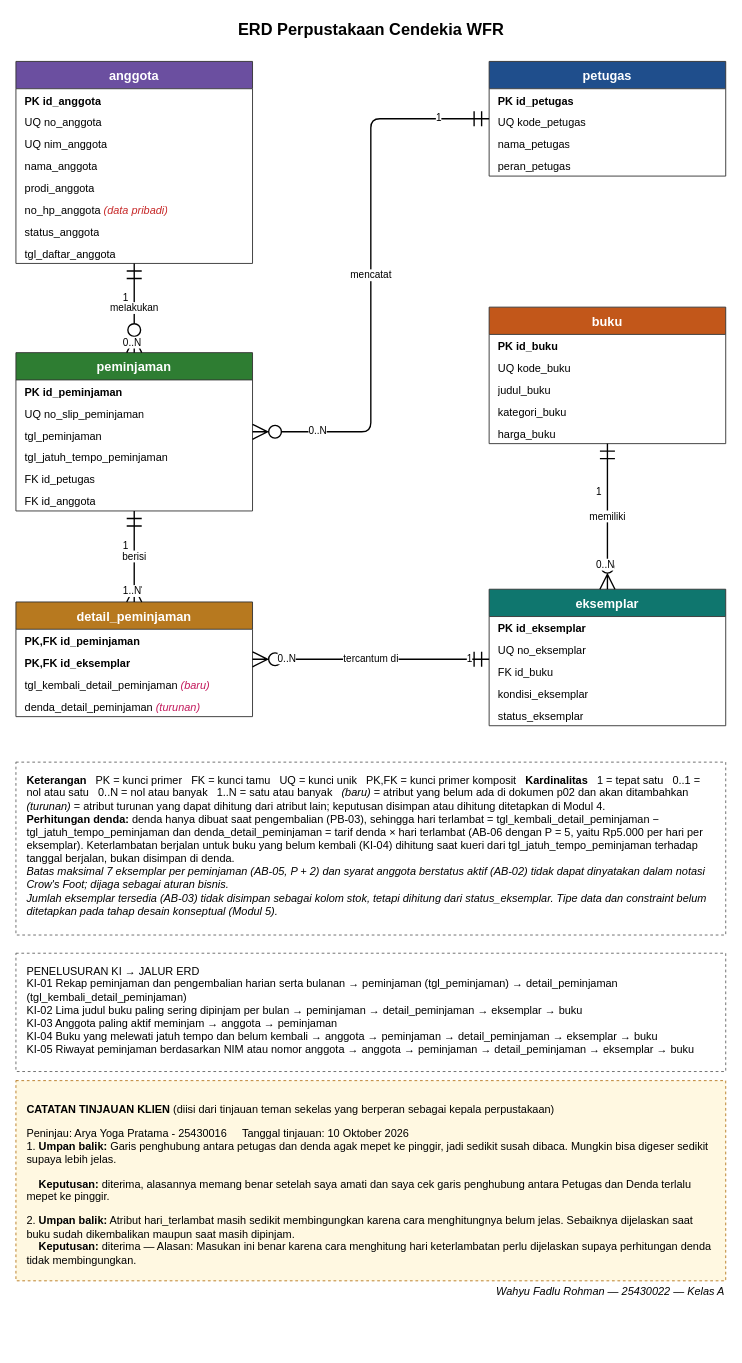
Before: p03_erd_25430022.drawio in whyfadlurohman-lab/basisdata-25430022, a draw.io diagram. Source tidied: cells renumbered, new cells numbered last; positions are measured from the earlier drawing's top-left corner, leaving out a move shared by most shapes. Both pictures are drawn from the tidied source at 91%, with x=0, y=0 at pixel (15, 15).
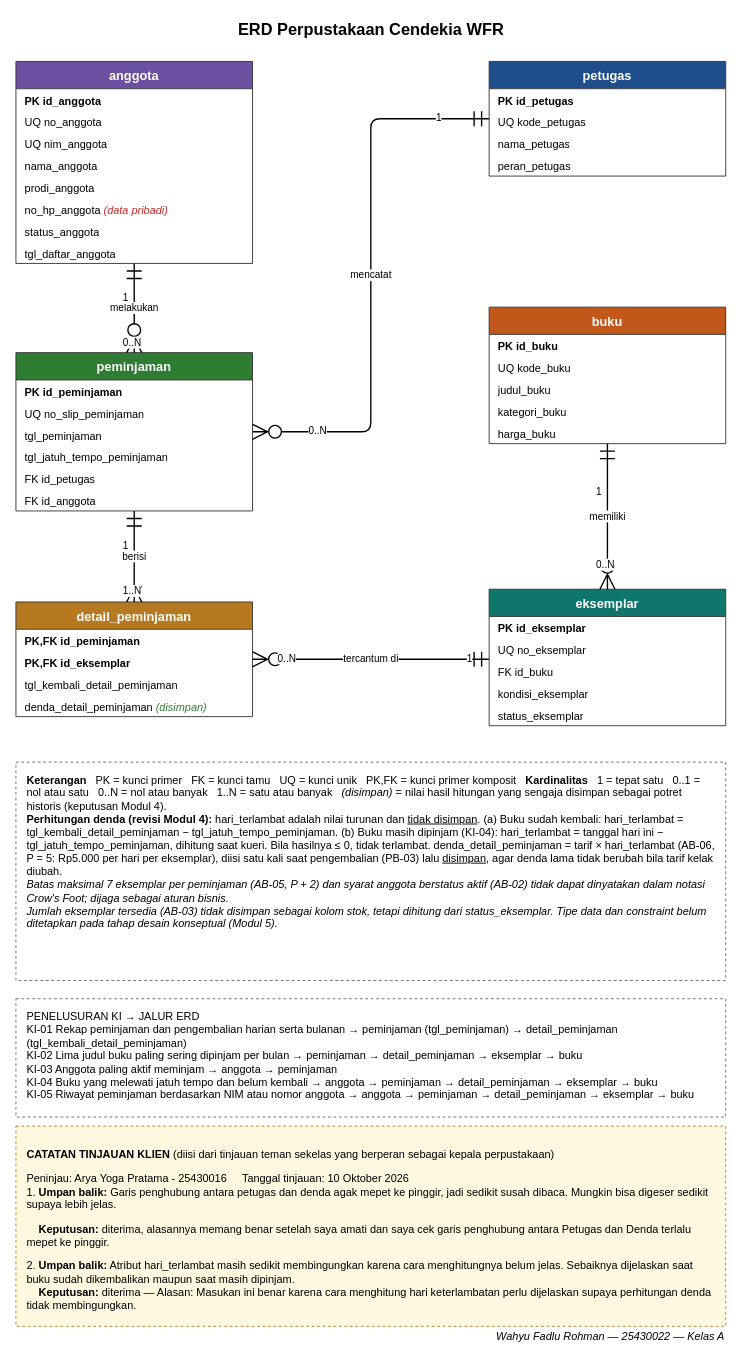
Above is the later version.

The change refers to these unchanged cells:
```xml
<mxCell id="19" value="detail_peminjaman" style="swimlane;fontStyle=1;startSize=30;fontSize=14;fillColor=#B7791F;fontColor=#FFFFFF;swimlaneFillColor=#FFFFFF;strokeColor=#333333;" parent="1" vertex="1">
  <mxGeometry y="644" width="260" height="126" as="geometry" />
</mxCell>
```

Diff of the diagram source:
```diff
@@
-    <mxCell id="22" value="tgl_kembali_detail_peminjaman &lt;font color=&quot;#C2185B&quot;&gt;&lt;i&gt;(baru)&lt;/i&gt;&lt;/font&gt;" style="text;html=1;align=left;spacingLeft=8;overflow=hidden;fontSize=12;fontColor=#000000;" parent="19" vertex="1">
+    <mxCell id="22" value="tgl_kembali_detail_peminjaman" style="text;html=1;align=left;spacingLeft=8;overflow=hidden;fontSize=12;fontColor=#000000;" parent="19" vertex="1">
       <mxGeometry y="78" width="260" height="24" as="geometry" />
     </mxCell>
-    <mxCell id="23" value="denda_detail_peminjaman &lt;font color=&quot;#C2185B&quot;&gt;&lt;i&gt;(turunan)&lt;/i&gt;&lt;/font&gt;" style="text;html=1;align=left;spacingLeft=8;overflow=hidden;fontSize=12;fontColor=#000000;" parent="19" vertex="1">
+    <mxCell id="23" value="denda_detail_peminjaman &lt;font color=&quot;#2E7D32&quot;&gt;&lt;i&gt;(disimpan)&lt;/i&gt;&lt;/font&gt;" style="text;html=1;align=left;spacingLeft=8;overflow=hidden;fontSize=12;fontColor=#000000;" parent="19" vertex="1">
       <mxGeometry y="102" width="260" height="24" as="geometry" />
     </mxCell>
@@
-    <mxCell id="41" value="&lt;b&gt;Keterangan&lt;/b&gt; &amp;nbsp; PK = kunci primer &amp;nbsp; FK = kunci tamu &amp;nbsp; UQ = kunci unik &amp;nbsp; PK,FK = kunci primer komposit &amp;nbsp; &lt;b&gt;Kardinalitas&lt;/b&gt; &amp;nbsp; 1 = tepat satu &amp;nbsp; 0..1 = nol atau satu &amp;nbsp; 0..N = nol atau banyak &amp;nbsp; 1..N = satu atau banyak &amp;nbsp; &lt;i&gt;(baru)&lt;/i&gt; = atribut yang belum ada di dokumen p02 dan akan ditambahkan &amp;nbsp; &lt;i&gt;(turunan)&lt;/i&gt; = atribut turunan yang dapat dihitung dari atribut lain; keputusan disimpan atau dihitung ditetapkan di Modul 4.&lt;br&gt;&lt;b&gt;Perhitungan denda:&lt;/b&gt; denda hanya dibuat saat pengembalian (PB-03), sehingga hari terlambat = tgl_kembali_detail_peminjaman − tgl_jatuh_tempo_peminjaman dan denda_detail_peminjaman = tarif denda × hari terlambat (AB-06 dengan P = 5, yaitu Rp5.000 per hari per eksemplar). Keterlambatan berjalan untuk buku yang belum kembali (KI-04) dihitung saat kueri dari tgl_jatuh_tempo_peminjaman terhadap tanggal berjalan, bukan disimpan di denda.&lt;br&gt;&lt;i&gt;Batas maksimal 7 eksemplar per peminjaman (AB-05, P + 2) dan syarat anggota berstatus aktif (AB-02) tidak dapat dinyatakan dalam notasi Crow's Foot; dijaga sebagai aturan bisnis.&lt;/i&gt;&lt;br&gt;&lt;i&gt;Jumlah eksemplar tersedia (AB-03) tidak disimpan sebagai kolom stok, tetapi dihitung dari status_eksemplar. Tipe data dan constraint belum ditetapkan pada tahap desain konseptual (Modul 5).&lt;/i&gt;" style="rounded=0;whiteSpace=wrap;html=1;align=left;verticalAlign=top;spacingLeft=10;spacingRight=10;spacingTop=6;dashed=1;fontSize=12;fontColor=#000000;fillColor=#FFFFFF;strokeColor=#666666;" parent="1" vertex="1">
-      <mxGeometry y="820" width="780" height="190" as="geometry" />
+    <mxCell id="41" value="&lt;b&gt;Keterangan&lt;/b&gt; &amp;nbsp; PK = kunci primer &amp;nbsp; FK = kunci tamu &amp;nbsp; UQ = kunci unik &amp;nbsp; PK,FK = kunci primer komposit &amp;nbsp; &lt;b&gt;Kardinalitas&lt;/b&gt; &amp;nbsp; 1 = tepat satu &amp;nbsp; 0..1 = nol atau satu &amp;nbsp; 0..N = nol atau banyak &amp;nbsp; 1..N = satu atau banyak &amp;nbsp; &lt;i&gt;(disimpan)&lt;/i&gt; = nilai hasil hitungan yang sengaja disimpan sebagai potret historis (keputusan Modul 4).&lt;br&gt;&lt;b&gt;Perhitungan denda (revisi Modul 4):&lt;/b&gt; hari_terlambat adalah nilai turunan dan &lt;u&gt;tidak disimpan&lt;/u&gt;. (a) Buku sudah kembali: hari_terlambat = tgl_kembali_detail_peminjaman − tgl_jatuh_tempo_peminjaman. (b) Buku masih dipinjam (KI-04): hari_terlambat = tanggal hari ini − tgl_jatuh_tempo_peminjaman, dihitung saat kueri. Bila hasilnya ≤ 0, tidak terlambat. denda_detail_peminjaman = tarif × hari_terlambat (AB-06, P = 5: Rp5.000 per hari per eksemplar), diisi satu kali saat pengembalian (PB-03) lalu &lt;u&gt;disimpan&lt;/u&gt;, agar denda lama tidak berubah bila tarif kelak diubah.&lt;br&gt;&lt;i&gt;Batas maksimal 7 eksemplar per peminjaman (AB-05, P + 2) dan syarat anggota berstatus aktif (AB-02) tidak dapat dinyatakan dalam notasi Crow's Foot; dijaga sebagai aturan bisnis.&lt;/i&gt;&lt;br&gt;&lt;i&gt;Jumlah eksemplar tersedia (AB-03) tidak disimpan sebagai kolom stok, tetapi dihitung dari status_eksemplar. Tipe data dan constraint belum ditetapkan pada tahap desain konseptual (Modul 5).&lt;/i&gt;" style="rounded=0;whiteSpace=wrap;html=1;align=left;verticalAlign=top;spacingLeft=10;spacingRight=10;spacingTop=6;dashed=1;fontSize=12;fontColor=#000000;fillColor=#FFFFFF;strokeColor=#666666;" parent="1" vertex="1">
+      <mxGeometry y="820" width="780" height="240" as="geometry" />
     </mxCell>
     <mxCell id="42" value="PENELUSURAN KI → JALUR ERD&lt;br&gt;KI-01 Rekap peminjaman dan pengembalian harian serta bulanan → peminjaman (tgl_peminjaman) → detail_peminjaman (tgl_kembali_detail_peminjaman)&lt;br&gt;KI-02 Lima judul buku paling sering dipinjam per bulan → peminjaman → detail_peminjaman → eksemplar → buku&lt;br&gt;KI-03 Anggota paling aktif meminjam → anggota → peminjaman&lt;br&gt;KI-04 Buku yang melewati jatuh tempo dan belum kembali → anggota → peminjaman → detail_peminjaman → eksemplar → buku&lt;br&gt;KI-05 Riwayat peminjaman berdasarkan NIM atau nomor anggota → anggota → peminjaman → detail_peminjaman → eksemplar → buku" style="rounded=0;whiteSpace=wrap;html=1;align=left;verticalAlign=top;spacingLeft=10;spacingRight=10;spacingTop=6;dashed=1;fontSize=12;fontColor=#000000;fillColor=#FFFFFF;strokeColor=#666666;" parent="1" vertex="1">
-      <mxGeometry y="1030" width="780" height="130" as="geometry" />
+      <mxGeometry y="1080" width="780" height="130" as="geometry" />
     </mxCell>
     <mxCell id="43" value="&lt;p&gt;&lt;strong&gt;CATATAN TINJAUAN KLIEN&lt;/strong&gt; (diisi dari tinjauan teman sekelas yang berperan sebagai kepala perpustakaan)&lt;/p&gt;&lt;span style=&quot;background-color: transparent; color: light-dark(rgb(0, 0, 0), rgb(237, 237, 237));&quot;&gt;Peninjau: Arya Yoga Pratama - 25430016&lt;/span&gt;&amp;nbsp; &amp;nbsp; &amp;nbsp;&lt;span style=&quot;background-color: transparent; color: light-dark(rgb(0, 0, 0), rgb(237, 237, 237));&quot;&gt;Tanggal tinjauan: 10 Oktober 2026&lt;/span&gt;&lt;br&gt;1.&amp;nbsp;&lt;strong style=&quot;background-color: transparent; color: light-dark(rgb(0, 0, 0), rgb(237, 237, 237));&quot;&gt;Umpan balik:&lt;/strong&gt;&lt;span style=&quot;background-color: transparent; color: light-dark(rgb(0, 0, 0), rgb(237, 237, 237));&quot;&gt; Garis penghubung antara petugas dan denda agak mepet ke pinggir, jadi sedikit susah dibaca. Mungkin bisa digeser sedikit supaya lebih jelas.&lt;/span&gt;&lt;div&gt;&lt;p data-pm-slice=&quot;1 1 [&amp;quot;ordered_list&amp;quot;,{&amp;quot;spread&amp;quot;:true,&amp;quot;startingNumber&amp;quot;:1,&amp;quot;start&amp;quot;:182,&amp;quot;end&amp;quot;:844},&amp;quot;regular_list_item&amp;quot;,{&amp;quot;start&amp;quot;:182,&amp;quot;end&amp;quot;:494}]&quot;&gt;&lt;strong&gt;&amp;nbsp; &amp;nbsp; Keputusan:&lt;/strong&gt; diterima, alasannya memang benar setelah saya amati dan saya cek garis penghubung antara Petugas dan Denda terlalu mepet ke pinggir.&lt;/p&gt;2.&amp;nbsp;&lt;strong style=&quot;background-color: transparent; color: light-dark(rgb(0, 0, 0), rgb(237, 237, 237));&quot;&gt;Umpan balik:&lt;/strong&gt;&lt;span style=&quot;background-color: transparent; color: light-dark(rgb(0, 0, 0), rgb(237, 237, 237));&quot;&gt; Atribut hari_terlambat masih sedikit membingungkan karena cara menghitungnya belum jelas. Sebaiknya dijelaskan saat buku sudah dikembalikan maupun saat masih dipinjam.&lt;/span&gt;&lt;br&gt;&amp;nbsp; &amp;nbsp;&amp;nbsp;&lt;strong style=&quot;background-color: transparent; color: light-dark(rgb(0, 0, 0), rgb(237, 237, 237));&quot;&gt;Keputusan:&lt;/strong&gt;&lt;span style=&quot;background-color: transparent; color: light-dark(rgb(0, 0, 0), rgb(237, 237, 237));&quot;&gt; diterima — Alasan: Masukan ini benar karena cara menghitung hari keterlambatan perlu dijelaskan supaya perhitungan denda tidak membingungkan.&lt;/span&gt;&lt;/div&gt;" style="rounded=0;whiteSpace=wrap;html=1;align=left;verticalAlign=top;spacingLeft=10;spacingRight=10;spacingTop=6;dashed=1;fontSize=12;fontColor=#000000;fillColor=#FFF8E1;strokeColor=#B7791F;" parent="1" vertex="1">
-      <mxGeometry y="1170" width="780" height="220" as="geometry" />
+      <mxGeometry y="1220" width="780" height="220" as="geometry" />
     </mxCell>
     <mxCell id="44" value="Wahyu Fadlu Rohman — 25430022 — Kelas A" style="text;html=1;align=right;verticalAlign=middle;fontSize=12;fontStyle=2;" parent="1" vertex="1">
-      <mxGeometry x="420" y="1390" width="360" height="24" as="geometry" />
+      <mxGeometry x="420" y="1440" width="360" height="24" as="geometry" />
     </mxCell>
```
